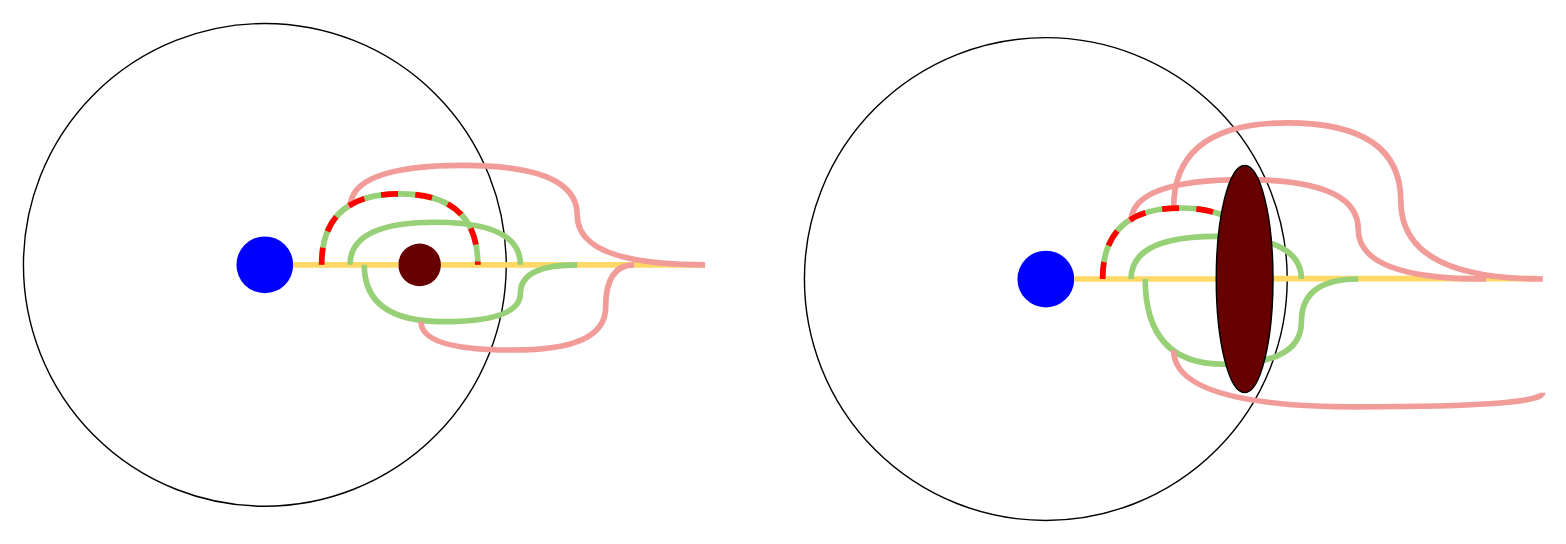
Gaoyuan-Liu/debug keeps this draw.io diagram as Untitled Diagram.drawio. Above is the earlier version. Source tidied: cells renumbered, new cells numbered last; positions are measured from the earlier drawing's top-left corner, leaving out a move shared by most shapes. Both pictures are drawn from the tidied source at 142%, with x=0, y=0 at pixel (23, 23).
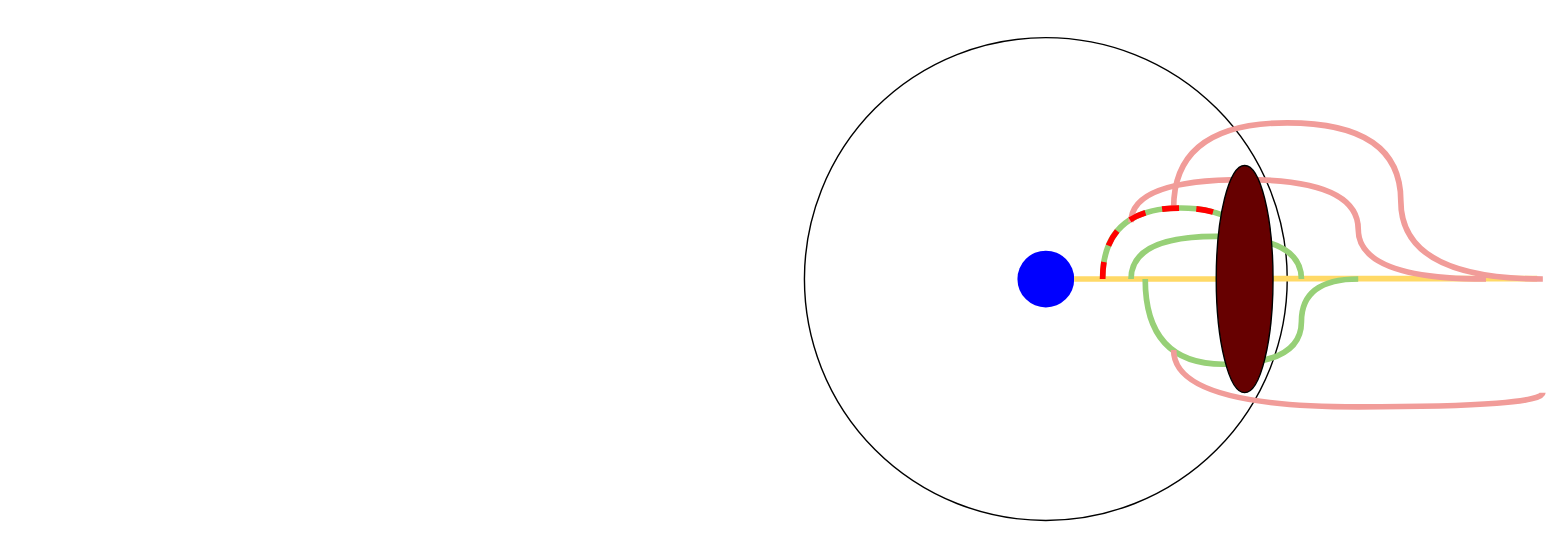
Above is the later version.

Diff of the diagram source:
```diff
@@
-    <mxCell id="2" style="ellipse;whiteSpace=wrap;html=1;" parent="1" vertex="1">
-      <mxGeometry width="340" height="340" as="geometry" />
-    </mxCell>
-    <mxCell id="3" style="ellipse;whiteSpace=wrap;html=1;fillColor=#0000FF;strokeColor=none;" parent="1" vertex="1">
-      <mxGeometry x="150" y="150" width="40" height="40" as="geometry" />
-    </mxCell>
-    <mxCell id="4" style="endArrow=none;html=1;exitX=1;exitY=0.5;exitDx=0;exitDy=0;strokeColor=#FFD966;strokeWidth=4;" parent="1" edge="1" source="5">
-      <mxGeometry relative="1" as="geometry">
-        <mxPoint x="480" y="170" as="targetPoint" />
-      </mxGeometry>
-    </mxCell>
-    <mxCell id="5" style="ellipse;whiteSpace=wrap;html=1;strokeColor=none;fillColor=#660000;" parent="1" vertex="1">
-      <mxGeometry x="264" y="155" width="30" height="30" as="geometry" />
-    </mxCell>
-    <mxCell id="6" style="endArrow=none;html=1;exitX=1;exitY=0.5;exitDx=0;exitDy=0;strokeColor=#FFD966;strokeWidth=4;" parent="1" edge="1" source="3" target="5">
-      <mxGeometry relative="1" as="geometry" />
-    </mxCell>
-    <mxCell id="7" style="endArrow=none;html=1;strokeWidth=4;edgeStyle=orthogonalEdgeStyle;curved=1;strokeColor=#97D077;" parent="1" edge="1">
-      <mxGeometry relative="1" as="geometry">
-        <mxPoint x="210" y="170" as="sourcePoint" />
-        <mxPoint x="320" y="170" as="targetPoint" />
-        <Array as="points">
-          <mxPoint x="210" y="120" />
-          <mxPoint x="320" y="120" />
-        </Array>
-      </mxGeometry>
-    </mxCell>
-    <mxCell id="8" style="endArrow=none;html=1;strokeColor=#97D077;strokeWidth=4;edgeStyle=orthogonalEdgeStyle;curved=1;" parent="1" edge="1">
-      <mxGeometry relative="1" as="geometry">
-        <mxPoint x="240" y="170" as="sourcePoint" />
-        <mxPoint x="390" y="170" as="targetPoint" />
-        <Array as="points">
-          <mxPoint x="240" y="210" />
-          <mxPoint x="350" y="210" />
-          <mxPoint x="350" y="170" />
-        </Array>
-      </mxGeometry>
-    </mxCell>
-    <mxCell id="9" style="endArrow=none;html=1;strokeWidth=4;strokeColor=#F19C99;edgeStyle=orthogonalEdgeStyle;curved=1;" parent="1" edge="1">
-      <mxGeometry relative="1" as="geometry">
-        <mxPoint x="230" y="130" as="sourcePoint" />
-        <mxPoint x="480" y="170" as="targetPoint" />
-        <Array as="points">
-          <mxPoint x="230" y="100" />
-          <mxPoint x="390" y="100" />
-          <mxPoint x="390" y="170" />
-        </Array>
-      </mxGeometry>
-    </mxCell>
-    <mxCell id="10" style="endArrow=none;html=1;strokeColor=#F19C99;strokeWidth=4;edgeStyle=orthogonalEdgeStyle;curved=1;" parent="1" edge="1">
-      <mxGeometry relative="1" as="geometry">
-        <mxPoint x="280" y="210" as="sourcePoint" />
-        <mxPoint x="430" y="170" as="targetPoint" />
-        <Array as="points">
-          <mxPoint x="280" y="230" />
-          <mxPoint x="410" y="230" />
-        </Array>
-      </mxGeometry>
-    </mxCell>
-    <mxCell id="11" style="endArrow=none;html=1;strokeWidth=4;edgeStyle=orthogonalEdgeStyle;curved=1;strokeColor=#97D077;" parent="1" edge="1">
-      <mxGeometry relative="1" as="geometry">
-        <mxPoint x="230" y="170" as="sourcePoint" />
-        <mxPoint x="350" y="170" as="targetPoint" />
-        <Array as="points">
-          <mxPoint x="230" y="140" />
-          <mxPoint x="350" y="140" />
-        </Array>
-      </mxGeometry>
-    </mxCell>
-    <mxCell id="12" style="endArrow=none;html=1;strokeWidth=4;edgeStyle=orthogonalEdgeStyle;curved=1;dashed=1;strokeColor=#FF0000;" parent="1" edge="1">
-      <mxGeometry relative="1" as="geometry">
-        <mxPoint x="210" y="170" as="sourcePoint" />
-        <mxPoint x="320" y="170" as="targetPoint" />
-        <Array as="points">
-          <mxPoint x="210" y="120" />
-          <mxPoint x="320" y="120" />
-        </Array>
-      </mxGeometry>
-    </mxCell>
```
